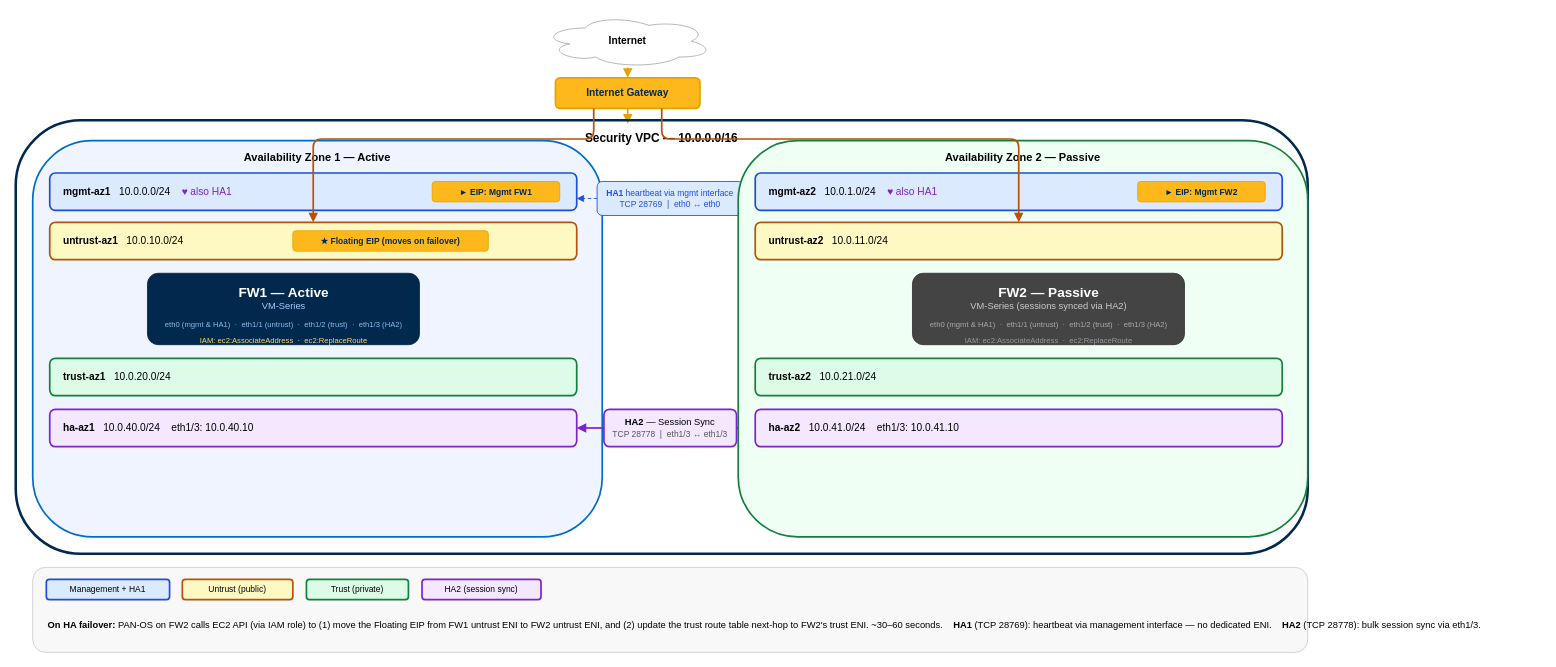
Earlier version of the draw.io diagram guides/aws/diagrams/aws-ha-security-vpc-topology.drawio (jollymahn/pan-implementation-guides). Source tidied: cells renumbered, new cells numbered last; positions are measured from the earlier drawing's top-left corner, leaving out a move shared by most shapes. Both pictures are drawn from the tidied source at 85%, with x=0, y=0 at pixel (15, 14).
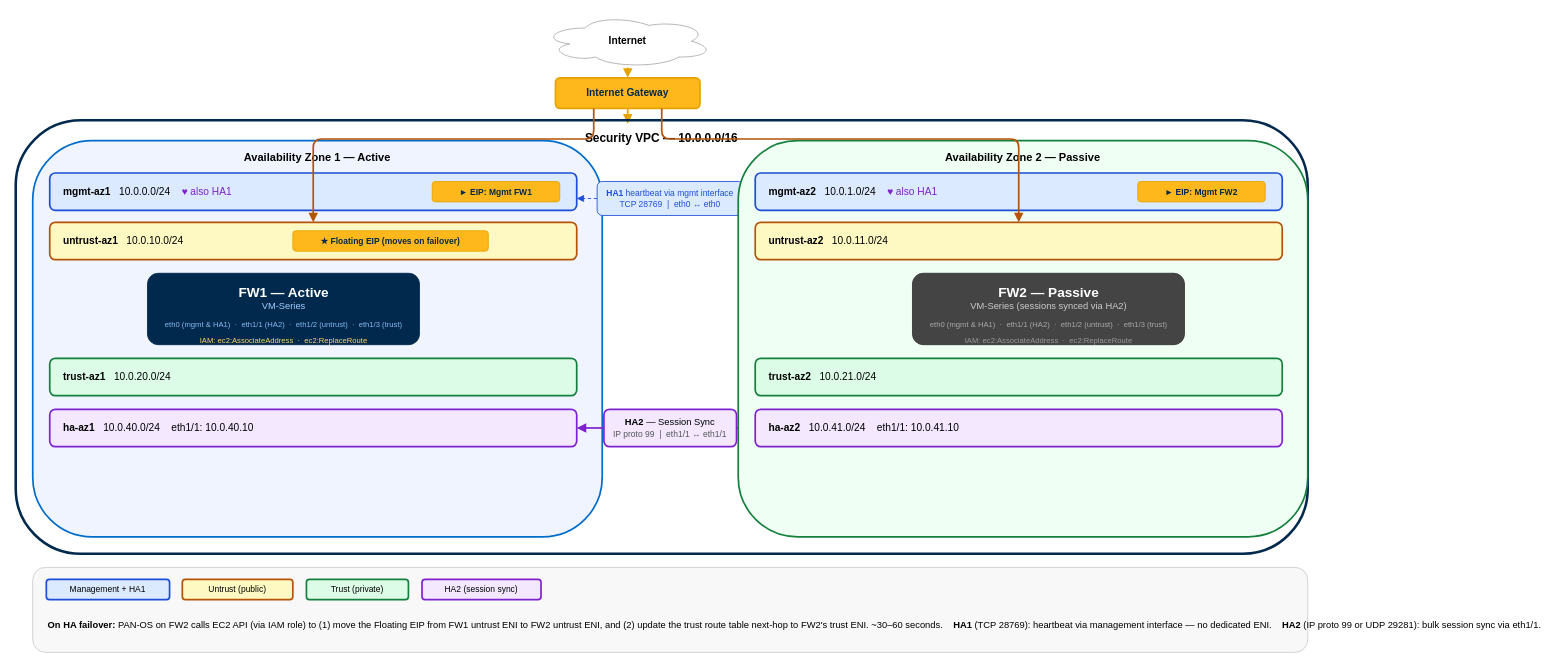
Above is the later version.

What changed in the source:
```diff
@@
-    <mxCell id="14" value="&lt;font color='#88BBEE' style='font-size:9px;font-family:Helvetica;'&gt;eth0 (mgmt &amp; HA1) &amp;nbsp;·&amp;nbsp; eth1/1 (untrust) &amp;nbsp;·&amp;nbsp; eth1/2 (trust) &amp;nbsp;·&amp;nbsp; eth1/3 (HA2)&lt;/font&gt;" style="text;html=1;align=center;verticalAlign=top;strokeColor=none;fillColor=none;" parent="1" vertex="1">
+    <mxCell id="14" value="&lt;font color='#88BBEE' style='font-size:9px;font-family:Helvetica;'&gt;eth0 (mgmt &amp; HA1) &amp;nbsp;·&amp;nbsp; eth1/1 (HA2) &amp;nbsp;·&amp;nbsp; eth1/2 (untrust) &amp;nbsp;·&amp;nbsp; eth1/3 (trust)&lt;/font&gt;" style="text;html=1;align=center;verticalAlign=top;strokeColor=none;fillColor=none;" parent="1" vertex="1">
       <mxGeometry x="155" y="350" width="320" height="16" as="geometry" />
     </mxCell>
@@
-    <mxCell id="17" value="&lt;b&gt;ha-az1&lt;/b&gt; &amp;nbsp; 10.0.40.0/24 &amp;nbsp;&amp;nbsp; eth1/3: 10.0.40.10" style="rounded=1;whiteSpace=wrap;html=1;fillColor=#F3E8FF;strokeColor=#7E22CE;strokeWidth=2;verticalAlign=middle;fontSize=12;fontFamily=Helvetica;align=left;spacingLeft=14;" parent="1" vertex="1">
+    <mxCell id="17" value="&lt;b&gt;ha-az1&lt;/b&gt; &amp;nbsp; 10.0.40.0/24 &amp;nbsp;&amp;nbsp; eth1/1: 10.0.40.10" style="rounded=1;whiteSpace=wrap;html=1;fillColor=#F3E8FF;strokeColor=#7E22CE;strokeWidth=2;verticalAlign=middle;fontSize=12;fontFamily=Helvetica;align=left;spacingLeft=14;" parent="1" vertex="1">
       <mxGeometry x="40" y="464" width="620" height="44" as="geometry" />
     </mxCell>
-    <mxCell id="18" value="&lt;b&gt;HA2&lt;/b&gt; — Session Sync&lt;br&gt;&lt;font style='font-size:10px;color:#555;'&gt;TCP 28778 &amp;nbsp;|&amp;nbsp; eth1/3 ↔ eth1/3&lt;/font&gt;" style="rounded=1;whiteSpace=wrap;html=1;fillColor=#F3E8FF;strokeColor=#7E22CE;strokeWidth=2;fontSize=11;fontFamily=Helvetica;align=center;" parent="1" vertex="1">
+    <mxCell id="18" value="&lt;b&gt;HA2&lt;/b&gt; — Session Sync&lt;br&gt;&lt;font style='font-size:10px;color:#555;'&gt;IP proto 99 &amp;nbsp;|&amp;nbsp; eth1/1 ↔ eth1/1&lt;/font&gt;" style="rounded=1;whiteSpace=wrap;html=1;fillColor=#F3E8FF;strokeColor=#7E22CE;strokeWidth=2;fontSize=11;fontFamily=Helvetica;align=center;" parent="1" vertex="1">
       <mxGeometry x="692" y="464" width="156" height="44" as="geometry" />
     </mxCell>
@@
-    <mxCell id="30" value="&lt;font color='#AAAAAA' style='font-size:9px;font-family:Helvetica;'&gt;eth0 (mgmt &amp; HA1) &amp;nbsp;·&amp;nbsp; eth1/1 (untrust) &amp;nbsp;·&amp;nbsp; eth1/2 (trust) &amp;nbsp;·&amp;nbsp; eth1/3 (HA2)&lt;/font&gt;" style="text;html=1;align=center;verticalAlign=top;strokeColor=none;fillColor=none;" parent="1" vertex="1">
+    <mxCell id="30" value="&lt;font color='#AAAAAA' style='font-size:9px;font-family:Helvetica;'&gt;eth0 (mgmt &amp; HA1) &amp;nbsp;·&amp;nbsp; eth1/1 (HA2) &amp;nbsp;·&amp;nbsp; eth1/2 (untrust) &amp;nbsp;·&amp;nbsp; eth1/3 (trust)&lt;/font&gt;" style="text;html=1;align=center;verticalAlign=top;strokeColor=none;fillColor=none;" parent="1" vertex="1">
       <mxGeometry x="1055" y="350" width="320" height="16" as="geometry" />
     </mxCell>
@@
-    <mxCell id="33" value="&lt;b&gt;ha-az2&lt;/b&gt; &amp;nbsp; 10.0.41.0/24 &amp;nbsp;&amp;nbsp; eth1/3: 10.0.41.10" style="rounded=1;whiteSpace=wrap;html=1;fillColor=#F3E8FF;strokeColor=#7E22CE;strokeWidth=2;verticalAlign=middle;fontSize=12;fontFamily=Helvetica;align=left;spacingLeft=14;" parent="1" vertex="1">
+    <mxCell id="33" value="&lt;b&gt;ha-az2&lt;/b&gt; &amp;nbsp; 10.0.41.0/24 &amp;nbsp;&amp;nbsp; eth1/1: 10.0.41.10" style="rounded=1;whiteSpace=wrap;html=1;fillColor=#F3E8FF;strokeColor=#7E22CE;strokeWidth=2;verticalAlign=middle;fontSize=12;fontFamily=Helvetica;align=left;spacingLeft=14;" parent="1" vertex="1">
       <mxGeometry x="870" y="464" width="620" height="44" as="geometry" />
     </mxCell>
@@
-    <mxCell id="41" value="&lt;b&gt;On HA failover:&lt;/b&gt; PAN-OS on FW2 calls EC2 API (via IAM role) to (1) move the Floating EIP from FW1 untrust ENI to FW2 untrust ENI, and (2) update the trust route table next-hop to FW2's trust ENI. ~30&amp;ndash;60 seconds. &amp;nbsp;&amp;nbsp; &lt;b&gt;HA1&lt;/b&gt; (TCP 28769): heartbeat via management interface — no dedicated ENI. &amp;nbsp;&amp;nbsp; &lt;b&gt;HA2&lt;/b&gt; (TCP 28778): bulk session sync via eth1/3." style="text;html=1;align=left;verticalAlign=middle;strokeColor=none;fillColor=none;fontSize=11;fontFamily=Helvetica;" parent="1" vertex="1">
+    <mxCell id="41" value="&lt;b&gt;On HA failover:&lt;/b&gt; PAN-OS on FW2 calls EC2 API (via IAM role) to (1) move the Floating EIP from FW1 untrust ENI to FW2 untrust ENI, and (2) update the trust route table next-hop to FW2's trust ENI. ~30&amp;ndash;60 seconds. &amp;nbsp;&amp;nbsp; &lt;b&gt;HA1&lt;/b&gt; (TCP 28769): heartbeat via management interface — no dedicated ENI. &amp;nbsp;&amp;nbsp; &lt;b&gt;HA2&lt;/b&gt; (IP proto 99 or UDP 29281): bulk session sync via eth1/1." style="text;html=1;align=left;verticalAlign=middle;strokeColor=none;fillColor=none;fontSize=11;fontFamily=Helvetica;" parent="1" vertex="1">
       <mxGeometry x="36" y="698" width="1464" height="40" as="geometry" />
     </mxCell>
```
